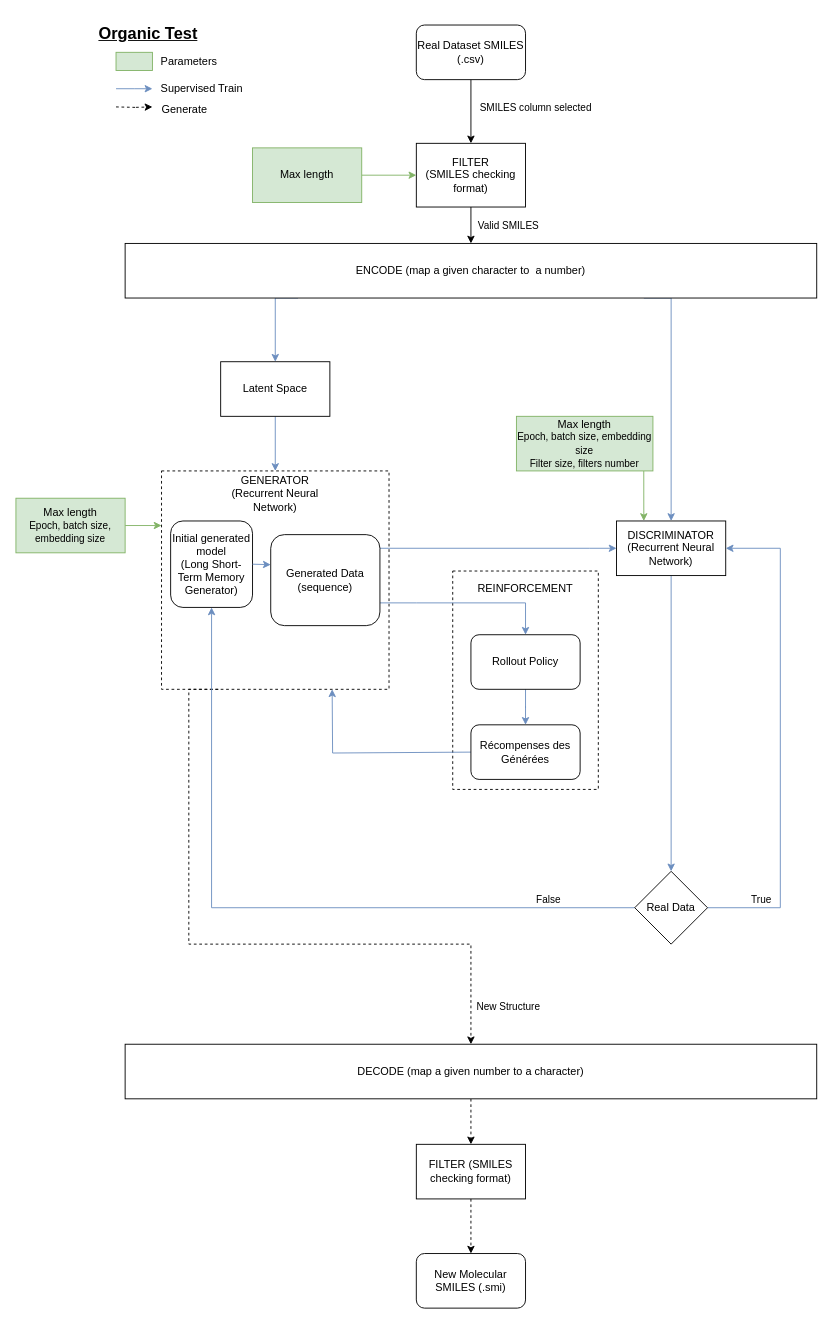
Earlier version of the draw.io diagram GAN.drawio (tahiri-lab/QSAR). Source tidied: cells renumbered, new cells numbered last; positions are measured from the earlier drawing's top-left corner, leaving out a move shared by most shapes. Both pictures are drawn from the tidied source at 91%, with x=0, y=0 at pixel (15, 15).
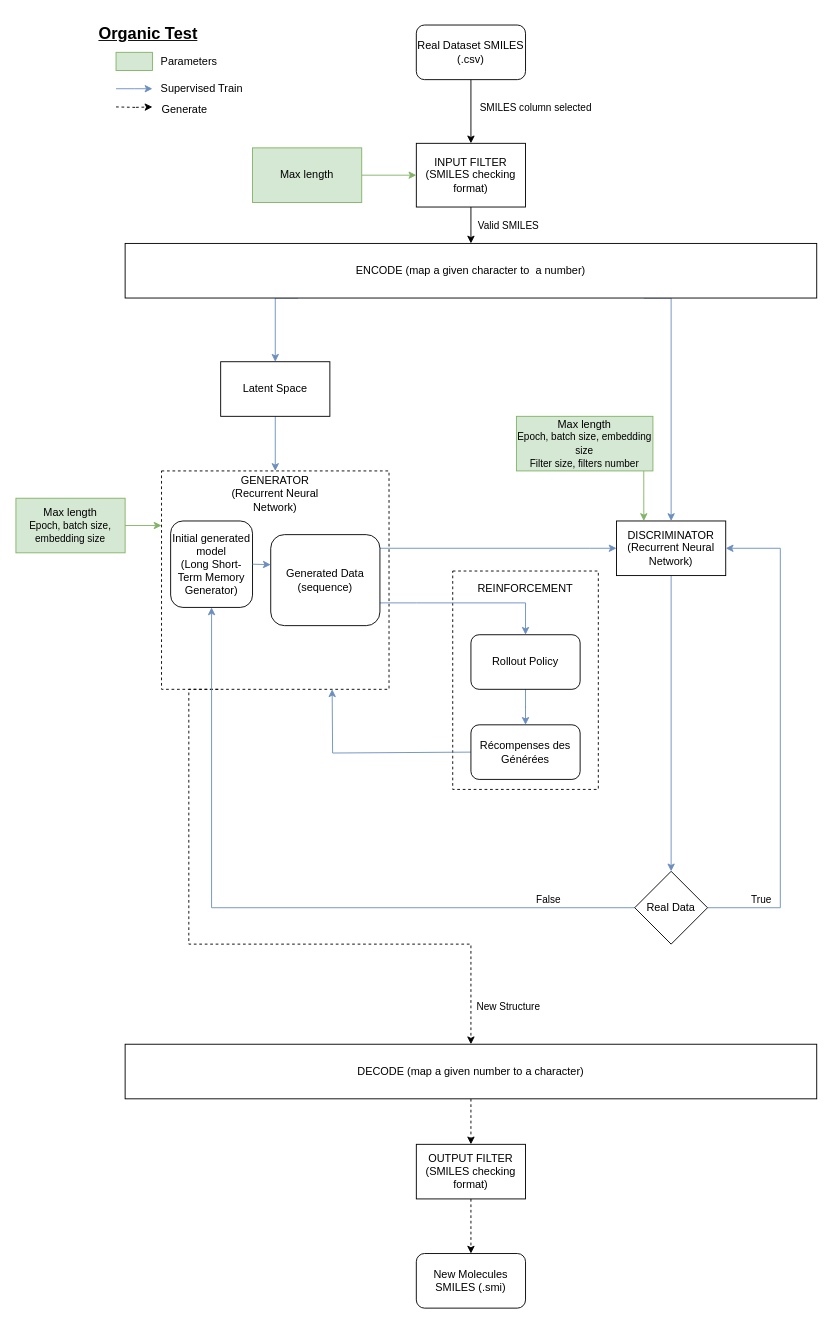
The same page after the edit.

Commit message:
Mettre à jour GAN.drawio

Change to the diagram source:
```diff
@@
-    <mxCell id="4" value="FILTER&lt;br&gt;(SMILES checking format)" style="rounded=0;whiteSpace=wrap;html=1;" parent="1" vertex="1">
+    <mxCell id="4" value="INPUT FILTER&lt;br&gt;(SMILES checking format)" style="rounded=0;whiteSpace=wrap;html=1;" parent="1" vertex="1">
       <mxGeometry x="440" y="140" width="120" height="70" as="geometry" />
     </mxCell>
@@
-    <mxCell id="25" value="New Molecular SMILES (.smi)" style="rounded=1;whiteSpace=wrap;html=1;" parent="1" vertex="1">
+    <mxCell id="25" value="New Molecules SMILES (.smi)" style="rounded=1;whiteSpace=wrap;html=1;" parent="1" vertex="1">
       <mxGeometry x="440" y="1360" width="120" height="60" as="geometry" />
     </mxCell>
@@
-    <mxCell id="52" value="FILTER (SMILES checking format)" style="rounded=0;whiteSpace=wrap;html=1;" parent="1" vertex="1">
+    <mxCell id="52" value="OUTPUT FILTER (SMILES checking format)" style="rounded=0;whiteSpace=wrap;html=1;" parent="1" vertex="1">
       <mxGeometry x="440" y="1240" width="120" height="60" as="geometry" />
     </mxCell>
```
